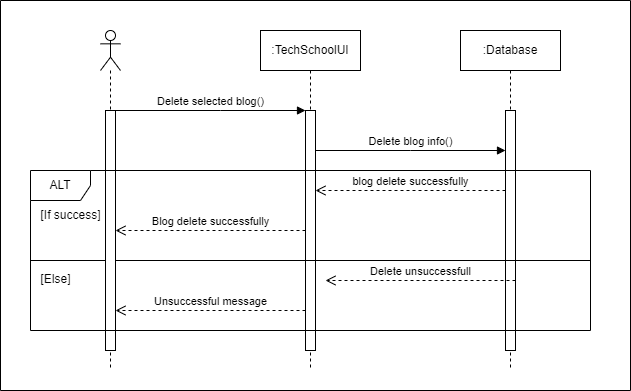
Above: Materials/Sequence Diagrams/SD_Delete Blog.png in iprosenjitp/Tech-School (draw.io), before the change. Source tidied: cells renumbered, new cells last; positions are measured from the earlier drawing's top-left corner, leaving out a move shared by most shapes. The source it was exported from:
```xml
<mxGraphModel background="#ffffff">
  <root>
    <mxCell id="0" />
    <mxCell id="1" parent="0" />
    <mxCell id="2" value=":TechSchoolUI" style="shape=umlLifeline;perimeter=lifelinePerimeter;whiteSpace=wrap;html=1;newEdgeStyle={&quot;curved&quot;:0,&quot;rounded&quot;:0};" parent="1" vertex="1">
      <mxGeometry x="260" y="30" width="100" height="340" as="geometry" />
    </mxCell>
    <mxCell id="3" style="html=1;points=[[0,0,0,0,5],[0,1,0,0,-5],[1,0,0,0,5],[1,1,0,0,-5]];perimeter=orthogonalPerimeter;outlineConnect=0;targetShapes=umlLifeline;portConstraint=eastwest;newEdgeStyle={&quot;curved&quot;:0,&quot;rounded&quot;:0};" parent="2" vertex="1">
      <mxGeometry x="45" y="80" width="10" height="240" as="geometry" />
    </mxCell>
    <mxCell id="4" value=":Database" style="shape=umlLifeline;perimeter=lifelinePerimeter;whiteSpace=wrap;html=1;newEdgeStyle={&quot;curved&quot;:0,&quot;rounded&quot;:0};" parent="1" vertex="1">
      <mxGeometry x="460" y="30" width="100" height="340" as="geometry" />
    </mxCell>
    <mxCell id="5" style="html=1;points=[[0,0,0,0,5],[0,1,0,0,-5],[1,0,0,0,5],[1,1,0,0,-5]];perimeter=orthogonalPerimeter;outlineConnect=0;targetShapes=umlLifeline;portConstraint=eastwest;newEdgeStyle={&quot;curved&quot;:0,&quot;rounded&quot;:0};" parent="4" vertex="1">
      <mxGeometry x="45" y="80" width="10" height="240" as="geometry" />
    </mxCell>
    <mxCell id="6" value="Delete selected blog()" style="html=1;verticalAlign=bottom;endArrow=block;curved=0;rounded=0;" parent="1" edge="1" source="17" target="3">
      <mxGeometry relative="1" as="geometry">
        <Array as="points">
          <mxPoint x="220" y="110" />
        </Array>
      </mxGeometry>
    </mxCell>
    <mxCell id="7" value="Delete blog info()" style="html=1;verticalAlign=bottom;endArrow=block;curved=0;rounded=0;" parent="1" edge="1" source="3" target="5">
      <mxGeometry relative="1" as="geometry">
        <Array as="points">
          <mxPoint x="410" y="150" />
        </Array>
      </mxGeometry>
    </mxCell>
    <mxCell id="8" value="blog delete successfully" style="html=1;verticalAlign=bottom;endArrow=open;dashed=1;endSize=8;curved=0;rounded=0;" parent="1" edge="1" source="5" target="3">
      <mxGeometry relative="1" as="geometry">
        <Array as="points">
          <mxPoint x="400" y="190" />
        </Array>
      </mxGeometry>
    </mxCell>
    <mxCell id="9" value="Blog delete successfully" style="html=1;verticalAlign=bottom;endArrow=open;dashed=1;endSize=8;curved=0;rounded=0;" parent="1" edge="1" source="3" target="17">
      <mxGeometry relative="1" as="geometry">
        <Array as="points">
          <mxPoint x="220" y="230" />
        </Array>
      </mxGeometry>
    </mxCell>
    <mxCell id="10" value="Unsuccessful message" style="html=1;verticalAlign=bottom;endArrow=open;dashed=1;endSize=8;curved=0;rounded=0;" parent="1" edge="1" source="3" target="17">
      <mxGeometry relative="1" as="geometry">
        <Array as="points">
          <mxPoint x="210" y="310" />
        </Array>
      </mxGeometry>
    </mxCell>
    <mxCell id="11" style="swimlane;startSize=0;" parent="1" vertex="1">
      <mxGeometry width="630" height="390" as="geometry" />
    </mxCell>
    <mxCell id="12" value="[If success]" style="text;html=1;align=center;verticalAlign=middle;strokeColor=none;fillColor=none;" parent="11" vertex="1">
      <mxGeometry x="30" y="200" width="80" height="30" as="geometry" />
    </mxCell>
    <mxCell id="13" value="[Else]" style="text;html=1;align=center;verticalAlign=middle;strokeColor=none;fillColor=none;" parent="11" vertex="1">
      <mxGeometry x="30" y="264" width="50" height="30" as="geometry" />
    </mxCell>
    <mxCell id="14" style="line;strokeWidth=1;fillColor=none;align=left;verticalAlign=middle;spacingTop=-1;spacingLeft=3;spacingRight=3;labelPosition=right;strokeColor=inherit;" parent="11" vertex="1">
      <mxGeometry x="30" y="256" width="560" height="8" as="geometry" />
    </mxCell>
    <mxCell id="15" value="Delete unsuccessfull" style="html=1;verticalAlign=bottom;endArrow=open;dashed=1;endSize=8;curved=0;rounded=0;" parent="11" edge="1">
      <mxGeometry relative="1" as="geometry">
        <mxPoint x="515" y="280" as="sourcePoint" />
        <mxPoint x="325" y="280" as="targetPoint" />
      </mxGeometry>
    </mxCell>
    <mxCell id="16" style="shape=umlLifeline;perimeter=lifelinePerimeter;whiteSpace=wrap;html=1;newEdgeStyle={&quot;curved&quot;:0,&quot;rounded&quot;:0};participant=umlActor;" parent="11" vertex="1">
      <mxGeometry x="100" y="30" width="20" height="340" as="geometry" />
    </mxCell>
    <mxCell id="17" style="html=1;points=[[0,0,0,0,5],[0,1,0,0,-5],[1,0,0,0,5],[1,1,0,0,-5]];perimeter=orthogonalPerimeter;outlineConnect=0;targetShapes=umlLifeline;portConstraint=eastwest;newEdgeStyle={&quot;curved&quot;:0,&quot;rounded&quot;:0};" parent="16" vertex="1">
      <mxGeometry x="5" y="80" width="10" height="240" as="geometry" />
    </mxCell>
    <mxCell id="18" value="ALT" style="shape=umlFrame;whiteSpace=wrap;html=1;" parent="11" vertex="1">
      <mxGeometry x="30" y="170" width="560" height="160" as="geometry" />
    </mxCell>
  </root>
</mxGraphModel>
```
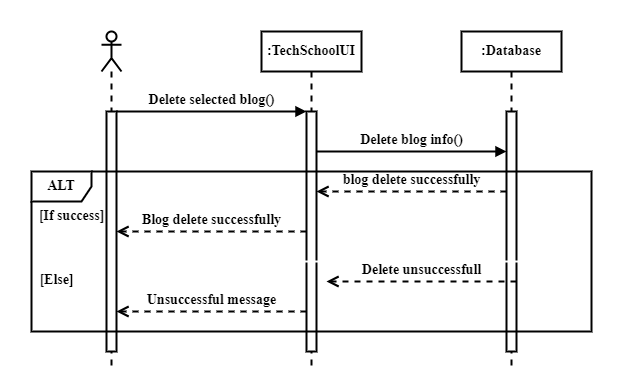
After the commit.

What changed in the source:
```diff
@@ -2,78 +2,78 @@
   <root>
     <mxCell id="0" />
     <mxCell id="1" parent="0" />
-    <mxCell id="2" value=":TechSchoolUI" style="shape=umlLifeline;perimeter=lifelinePerimeter;whiteSpace=wrap;html=1;newEdgeStyle={&quot;curved&quot;:0,&quot;rounded&quot;:0};" parent="1" vertex="1">
+    <mxCell id="2" value=":TechSchoolUI" style="shape=umlLifeline;perimeter=lifelinePerimeter;whiteSpace=wrap;html=1;newEdgeStyle={&quot;curved&quot;:0,&quot;rounded&quot;:0};strokeWidth=2;fontStyle=1;fontSize=14;fontFamily=Times New Roman;" parent="1" vertex="1">
       <mxGeometry x="260" y="30" width="100" height="340" as="geometry" />
     </mxCell>
-    <mxCell id="3" style="html=1;points=[[0,0,0,0,5],[0,1,0,0,-5],[1,0,0,0,5],[1,1,0,0,-5]];perimeter=orthogonalPerimeter;outlineConnect=0;targetShapes=umlLifeline;portConstraint=eastwest;newEdgeStyle={&quot;curved&quot;:0,&quot;rounded&quot;:0};" parent="2" vertex="1">
+    <mxCell id="3" style="html=1;points=[[0,0,0,0,5],[0,1,0,0,-5],[1,0,0,0,5],[1,1,0,0,-5]];perimeter=orthogonalPerimeter;outlineConnect=0;targetShapes=umlLifeline;portConstraint=eastwest;newEdgeStyle={&quot;curved&quot;:0,&quot;rounded&quot;:0};strokeWidth=2;fontStyle=1;fontSize=14;fontFamily=Times New Roman;" parent="2" vertex="1">
       <mxGeometry x="45" y="80" width="10" height="240" as="geometry" />
     </mxCell>
-    <mxCell id="4" value=":Database" style="shape=umlLifeline;perimeter=lifelinePerimeter;whiteSpace=wrap;html=1;newEdgeStyle={&quot;curved&quot;:0,&quot;rounded&quot;:0};" parent="1" vertex="1">
+    <mxCell id="4" value=":Database" style="shape=umlLifeline;perimeter=lifelinePerimeter;whiteSpace=wrap;html=1;newEdgeStyle={&quot;curved&quot;:0,&quot;rounded&quot;:0};strokeWidth=2;fontStyle=1;fontSize=14;fontFamily=Times New Roman;" parent="1" vertex="1">
       <mxGeometry x="460" y="30" width="100" height="340" as="geometry" />
     </mxCell>
-    <mxCell id="5" style="html=1;points=[[0,0,0,0,5],[0,1,0,0,-5],[1,0,0,0,5],[1,1,0,0,-5]];perimeter=orthogonalPerimeter;outlineConnect=0;targetShapes=umlLifeline;portConstraint=eastwest;newEdgeStyle={&quot;curved&quot;:0,&quot;rounded&quot;:0};" parent="4" vertex="1">
+    <mxCell id="5" style="html=1;points=[[0,0,0,0,5],[0,1,0,0,-5],[1,0,0,0,5],[1,1,0,0,-5]];perimeter=orthogonalPerimeter;outlineConnect=0;targetShapes=umlLifeline;portConstraint=eastwest;newEdgeStyle={&quot;curved&quot;:0,&quot;rounded&quot;:0};strokeWidth=2;fontStyle=1;fontSize=14;fontFamily=Times New Roman;" parent="4" vertex="1">
       <mxGeometry x="45" y="80" width="10" height="240" as="geometry" />
     </mxCell>
-    <mxCell id="6" value="Delete selected blog()" style="html=1;verticalAlign=bottom;endArrow=block;curved=0;rounded=0;" parent="1" edge="1" source="17" target="3">
+    <mxCell id="6" value="Delete selected blog()" style="html=1;verticalAlign=bottom;endArrow=block;curved=0;rounded=0;strokeWidth=2;fontStyle=1;fontSize=14;fontFamily=Times New Roman;" parent="1" edge="1" source="17" target="3">
       <mxGeometry relative="1" as="geometry">
         <Array as="points">
           <mxPoint x="220" y="110" />
         </Array>
       </mxGeometry>
     </mxCell>
-    <mxCell id="7" value="Delete blog info()" style="html=1;verticalAlign=bottom;endArrow=block;curved=0;rounded=0;" parent="1" edge="1" source="3" target="5">
+    <mxCell id="7" value="Delete blog info()" style="html=1;verticalAlign=bottom;endArrow=block;curved=0;rounded=0;strokeWidth=2;fontStyle=1;fontSize=14;fontFamily=Times New Roman;" parent="1" edge="1" source="3" target="5">
       <mxGeometry relative="1" as="geometry">
         <Array as="points">
           <mxPoint x="410" y="150" />
         </Array>
       </mxGeometry>
     </mxCell>
-    <mxCell id="8" value="blog delete successfully" style="html=1;verticalAlign=bottom;endArrow=open;dashed=1;endSize=8;curved=0;rounded=0;" parent="1" edge="1" source="5" target="3">
+    <mxCell id="8" value="blog delete successfully" style="html=1;verticalAlign=bottom;endArrow=open;dashed=1;endSize=8;curved=0;rounded=0;strokeWidth=2;fontStyle=1;fontSize=14;fontFamily=Times New Roman;" parent="1" edge="1" source="5" target="3">
       <mxGeometry relative="1" as="geometry">
         <Array as="points">
           <mxPoint x="400" y="190" />
         </Array>
       </mxGeometry>
     </mxCell>
-    <mxCell id="9" value="Blog delete successfully" style="html=1;verticalAlign=bottom;endArrow=open;dashed=1;endSize=8;curved=0;rounded=0;" parent="1" edge="1" source="3" target="17">
+    <mxCell id="9" value="Blog delete successfully" style="html=1;verticalAlign=bottom;endArrow=open;dashed=1;endSize=8;curved=0;rounded=0;strokeWidth=2;fontStyle=1;fontSize=14;fontFamily=Times New Roman;" parent="1" edge="1" source="3" target="17">
       <mxGeometry relative="1" as="geometry">
         <Array as="points">
           <mxPoint x="220" y="230" />
         </Array>
       </mxGeometry>
     </mxCell>
-    <mxCell id="10" value="Unsuccessful message" style="html=1;verticalAlign=bottom;endArrow=open;dashed=1;endSize=8;curved=0;rounded=0;" parent="1" edge="1" source="3" target="17">
+    <mxCell id="10" value="Unsuccessful message" style="html=1;verticalAlign=bottom;endArrow=open;dashed=1;endSize=8;curved=0;rounded=0;strokeWidth=2;fontStyle=1;fontSize=14;fontFamily=Times New Roman;" parent="1" edge="1" source="3" target="17">
       <mxGeometry relative="1" as="geometry">
         <Array as="points">
           <mxPoint x="210" y="310" />
         </Array>
       </mxGeometry>
     </mxCell>
-    <mxCell id="11" style="swimlane;startSize=0;" parent="1" vertex="1">
+    <mxCell id="11" style="swimlane;startSize=0;strokeWidth=2;fontStyle=1;fontSize=14;fontFamily=Times New Roman;strokeColor=#FFFFFF;" parent="1" vertex="1">
       <mxGeometry width="630" height="390" as="geometry" />
     </mxCell>
-    <mxCell id="12" value="[If success]" style="text;html=1;align=center;verticalAlign=middle;strokeColor=none;fillColor=none;" parent="11" vertex="1">
-      <mxGeometry x="30" y="200" width="80" height="30" as="geometry" />
+    <mxCell id="12" value="[If success]" style="text;html=1;align=center;verticalAlign=middle;strokeColor=none;fillColor=none;strokeWidth=2;fontStyle=1;fontSize=14;fontFamily=Times New Roman;" parent="11" vertex="1">
+      <mxGeometry x="25" y="200" width="90" height="30" as="geometry" />
     </mxCell>
-    <mxCell id="13" value="[Else]" style="text;html=1;align=center;verticalAlign=middle;strokeColor=none;fillColor=none;" parent="11" vertex="1">
-      <mxGeometry x="30" y="264" width="50" height="30" as="geometry" />
+    <mxCell id="13" value="[Else]" style="text;html=1;align=center;verticalAlign=middle;strokeColor=none;fillColor=none;strokeWidth=2;fontStyle=1;fontSize=14;fontFamily=Times New Roman;" parent="11" vertex="1">
+      <mxGeometry x="25" y="264" width="60" height="30" as="geometry" />
     </mxCell>
-    <mxCell id="14" style="line;strokeWidth=1;fillColor=none;align=left;verticalAlign=middle;spacingTop=-1;spacingLeft=3;spacingRight=3;labelPosition=right;strokeColor=inherit;" parent="11" vertex="1">
+    <mxCell id="14" style="line;strokeWidth=2;fillColor=none;align=left;verticalAlign=middle;spacingTop=-1;spacingLeft=3;spacingRight=3;labelPosition=right;strokeColor=inherit;fontStyle=1;fontSize=14;fontFamily=Times New Roman;" parent="11" vertex="1">
       <mxGeometry x="30" y="256" width="560" height="8" as="geometry" />
     </mxCell>
-    <mxCell id="15" value="Delete unsuccessfull" style="html=1;verticalAlign=bottom;endArrow=open;dashed=1;endSize=8;curved=0;rounded=0;" parent="11" edge="1">
+    <mxCell id="15" value="Delete unsuccessfull" style="html=1;verticalAlign=bottom;endArrow=open;dashed=1;endSize=8;curved=0;rounded=0;strokeWidth=2;fontStyle=1;fontSize=14;fontFamily=Times New Roman;" parent="11" edge="1">
       <mxGeometry relative="1" as="geometry">
         <mxPoint x="515" y="280" as="sourcePoint" />
         <mxPoint x="325" y="280" as="targetPoint" />
       </mxGeometry>
     </mxCell>
-    <mxCell id="16" style="shape=umlLifeline;perimeter=lifelinePerimeter;whiteSpace=wrap;html=1;newEdgeStyle={&quot;curved&quot;:0,&quot;rounded&quot;:0};participant=umlActor;" parent="11" vertex="1">
+    <mxCell id="16" style="shape=umlLifeline;perimeter=lifelinePerimeter;whiteSpace=wrap;html=1;newEdgeStyle={&quot;curved&quot;:0,&quot;rounded&quot;:0};participant=umlActor;strokeWidth=2;fontStyle=1;fontSize=14;fontFamily=Times New Roman;" parent="11" vertex="1">
       <mxGeometry x="100" y="30" width="20" height="340" as="geometry" />
     </mxCell>
-    <mxCell id="17" style="html=1;points=[[0,0,0,0,5],[0,1,0,0,-5],[1,0,0,0,5],[1,1,0,0,-5]];perimeter=orthogonalPerimeter;outlineConnect=0;targetShapes=umlLifeline;portConstraint=eastwest;newEdgeStyle={&quot;curved&quot;:0,&quot;rounded&quot;:0};" parent="16" vertex="1">
+    <mxCell id="17" style="html=1;points=[[0,0,0,0,5],[0,1,0,0,-5],[1,0,0,0,5],[1,1,0,0,-5]];perimeter=orthogonalPerimeter;outlineConnect=0;targetShapes=umlLifeline;portConstraint=eastwest;newEdgeStyle={&quot;curved&quot;:0,&quot;rounded&quot;:0};strokeWidth=2;fontStyle=1;fontSize=14;fontFamily=Times New Roman;" parent="16" vertex="1">
       <mxGeometry x="5" y="80" width="10" height="240" as="geometry" />
     </mxCell>
-    <mxCell id="18" value="ALT" style="shape=umlFrame;whiteSpace=wrap;html=1;" parent="11" vertex="1">
+    <mxCell id="18" value="ALT" style="shape=umlFrame;whiteSpace=wrap;html=1;strokeWidth=2;fontStyle=1;fontSize=14;fontFamily=Times New Roman;" parent="11" vertex="1">
       <mxGeometry x="30" y="170" width="560" height="160" as="geometry" />
     </mxCell>
   </root>
```
